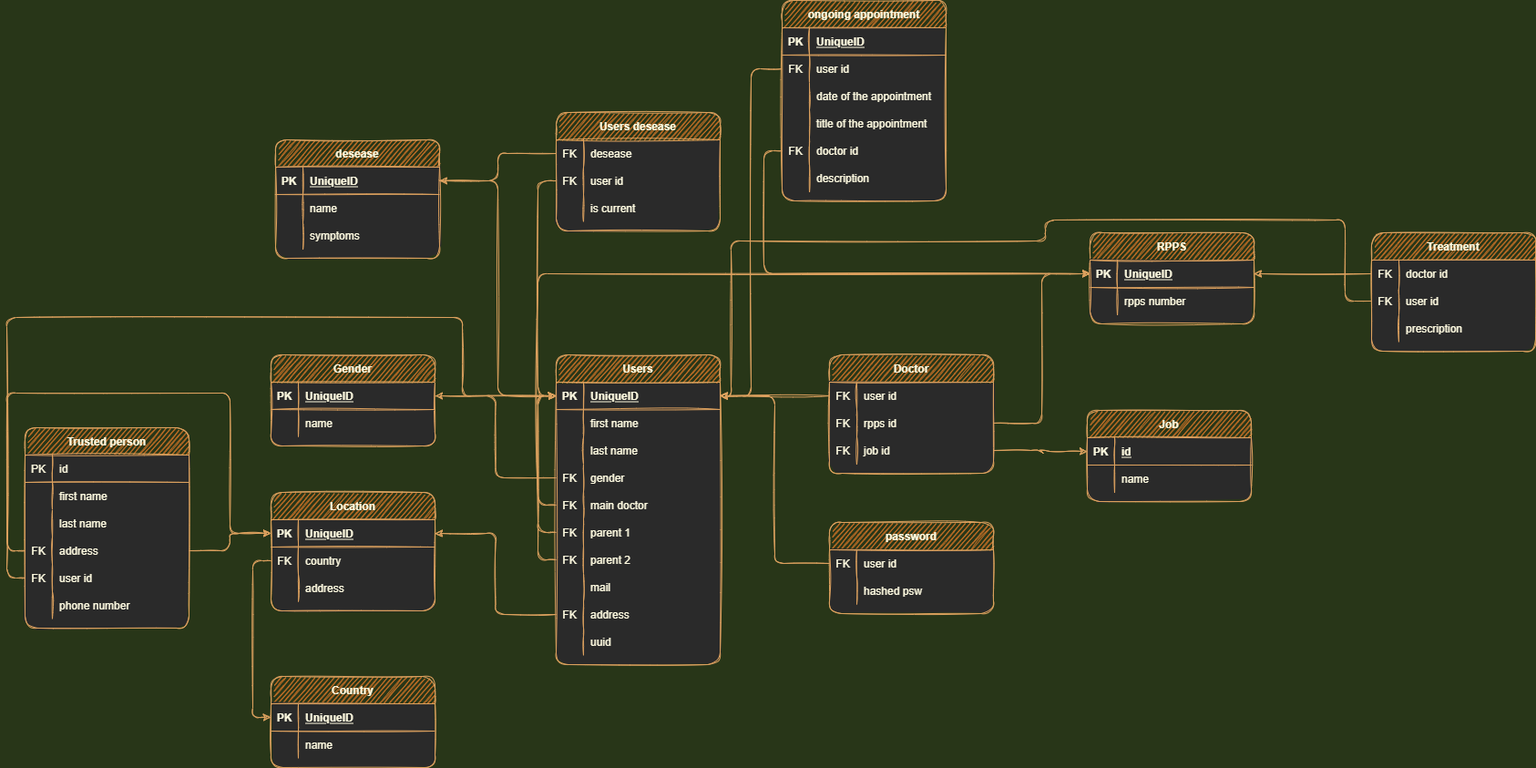
This is Desktop - 2.png from Redshark61/projet-3, a draw.io export, as it was before one commit. Source tidied: cells renumbered, new cells last; positions are measured from the earlier drawing's top-left corner, leaving out a move shared by most shapes.
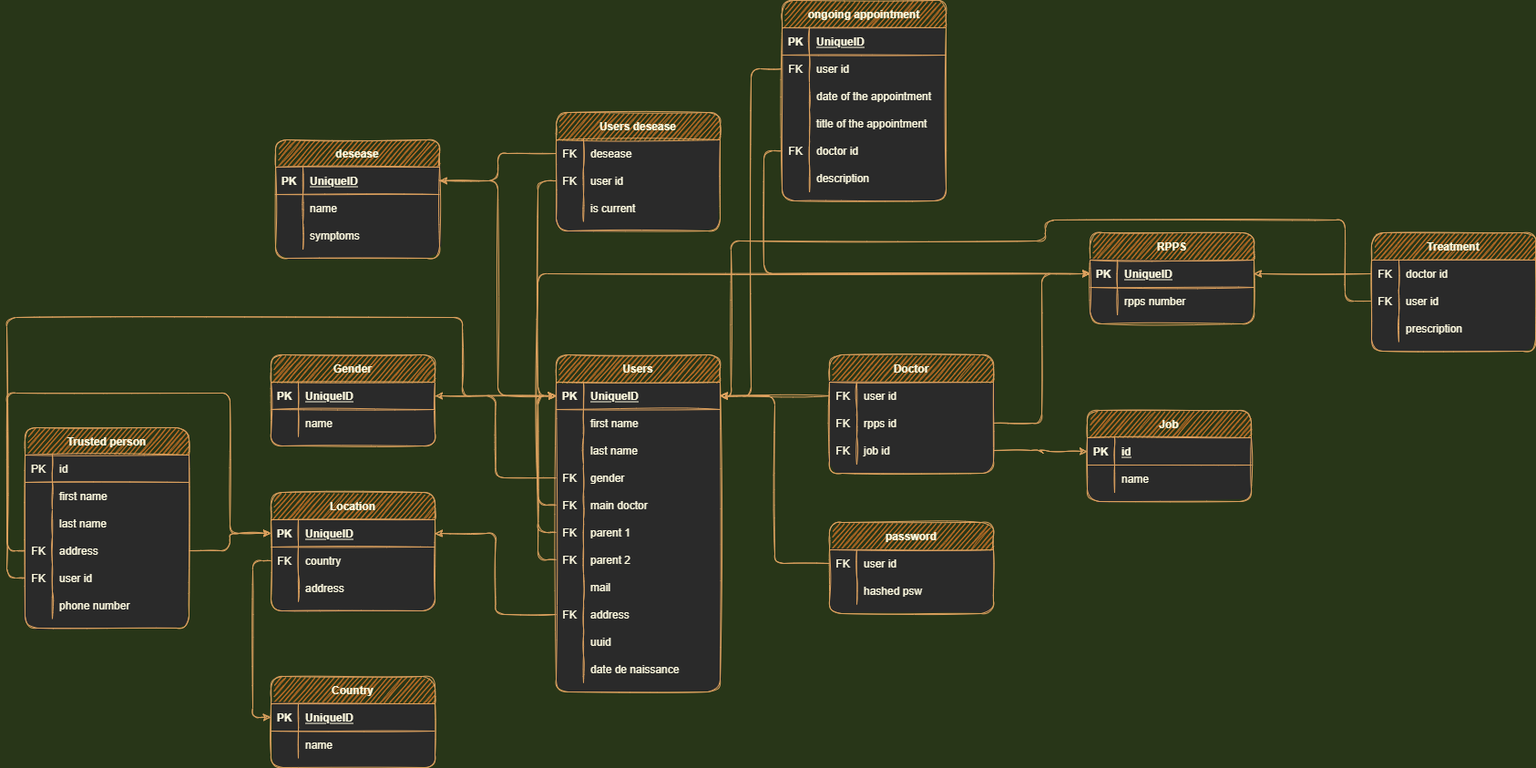
Above is the later version.

Commit message:
chnaged diagram + backup

What changed in the source:
```diff
@@ -24,7 +24,7 @@
       <mxGeometry x="30" width="150" height="30" as="geometry" />
     </mxCell>
     <mxCell id="9" value="Users" style="shape=table;startSize=30;rowLines=0;fontStyle=1;align=center;fillColor=#BC6C25;strokeColor=#DDA15E;fontColor=#FEFAE0;sketch=1;rounded=1;gradientColor=none;swimlaneFillColor=default;" parent="1" vertex="1">
-      <mxGeometry x="603" y="389" width="180" height="340" as="geometry" />
+      <mxGeometry x="603" y="389" width="180" height="370" as="geometry" />
     </mxCell>
     <mxCell id="10" style="shape=partialRectangle;fillColor=none;top=0;left=0;bottom=1;right=0;points=[[0,0.5],[1,0.5]];portConstraint=eastwest;strokeColor=#DDA15E;fontColor=#FEFAE0;sketch=1;rounded=1;" parent="9" vertex="1">
       <mxGeometry y="30" width="180" height="30" as="geometry" />
@@ -122,6 +122,15 @@
     <mxCell id="41" value="uuid" style="shape=partialRectangle;fillColor=none;top=0;left=0;bottom=0;right=0;align=left;spacingLeft=6;overflow=hidden;strokeColor=#DDA15E;fontColor=#FEFAE0;sketch=1;rounded=1;" parent="39" vertex="1">
       <mxGeometry x="30" width="150" height="30" as="geometry" />
     </mxCell>
+    <mxCell id="176" style="shape=partialRectangle;fillColor=none;top=0;left=0;bottom=0;right=0;strokeColor=#DDA15E;fontColor=#FEFAE0;sketch=1;rounded=1;" parent="9" vertex="1">
+      <mxGeometry y="330" width="180" height="30" as="geometry" />
+    </mxCell>
+    <mxCell id="177" value="   " style="shape=partialRectangle;fillColor=none;top=0;left=0;bottom=0;right=0;overflow=hidden;strokeColor=#DDA15E;fontColor=#FEFAE0;sketch=1;rounded=1;" parent="176" vertex="1">
+      <mxGeometry width="30" height="30" as="geometry" />
+    </mxCell>
+    <mxCell id="178" value="date de naissance" style="shape=partialRectangle;fillColor=none;top=0;left=0;bottom=0;right=0;align=left;spacingLeft=6;overflow=hidden;strokeColor=#DDA15E;fontColor=#FEFAE0;sketch=1;rounded=1;" parent="176" vertex="1">
+      <mxGeometry x="30" width="150" height="30" as="geometry" />
+    </mxCell>
     <mxCell id="42" value="Doctor" style="shape=table;startSize=30;rowLines=0;fontStyle=1;align=center;fillColor=#BC6C25;strokeColor=#DDA15E;fontColor=#FEFAE0;sketch=1;rounded=1;swimlaneFillColor=default;" parent="1" vertex="1">
       <mxGeometry x="903" y="389" width="180" height="130" as="geometry" />
     </mxCell>
```
